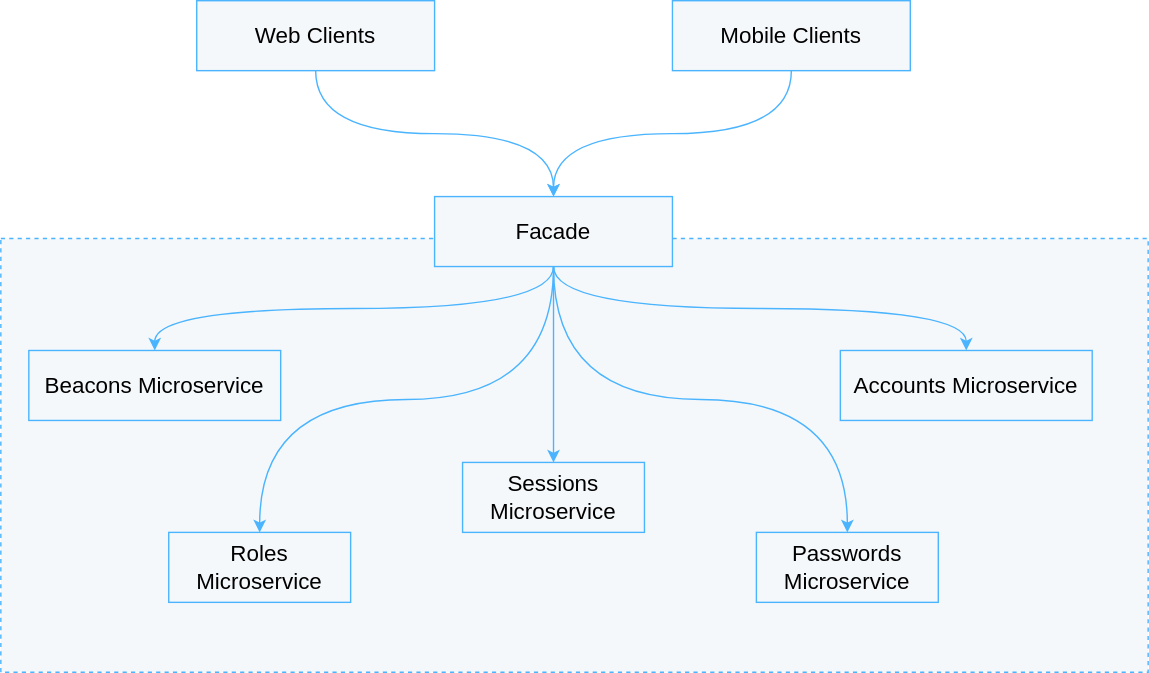
Earlier version of the draw.io export static/images/tutorials/microservice_facade/facade_architecture_diagram2.svg (pip-services/pip-services-docs). Source tidied: cells renumbered, new cells last; positions are measured from the earlier drawing's top-left corner, leaving out a move shared by most shapes.
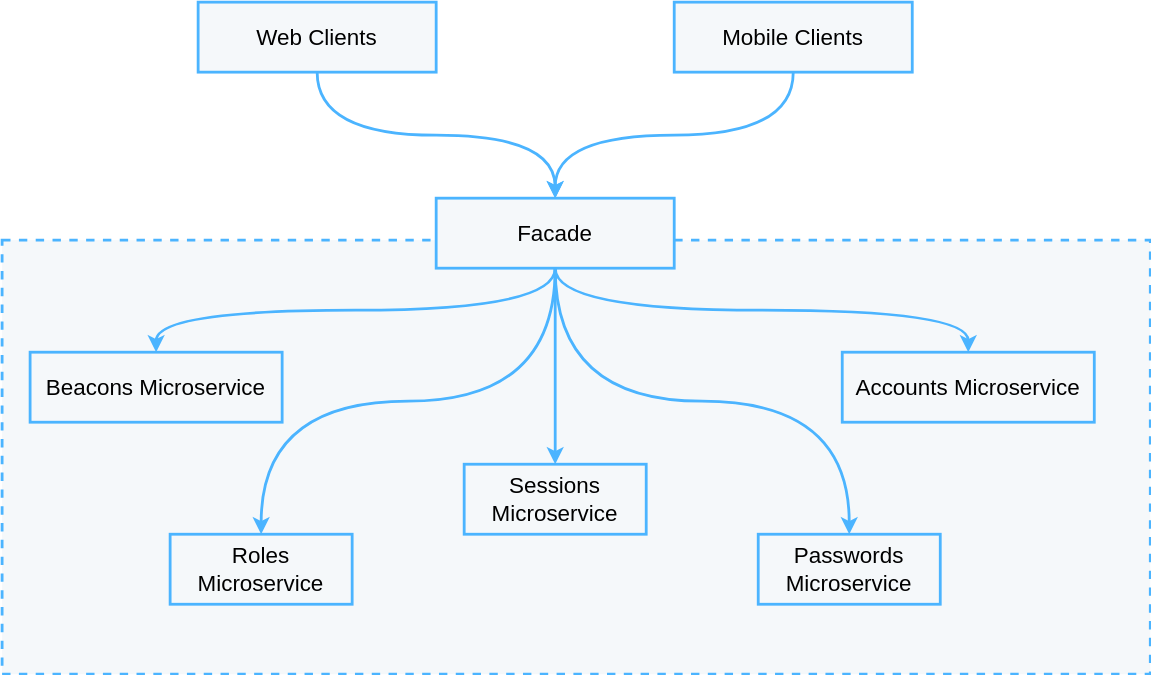
The same diagram one commit later.

Diff of the diagram source:
```diff
@@ -2,52 +2,52 @@
   <root>
     <mxCell id="0" />
     <mxCell id="1" parent="0" />
-    <mxCell id="2" value="Web Clients" style="rounded=0;whiteSpace=wrap;html=1;fontFamily=Helvetica;fontSize=16;strokeColor=#4BB4FF;fillColor=#F5F8FA;" parent="1" vertex="1">
+    <mxCell id="2" value="Web Clients" style="rounded=0;whiteSpace=wrap;html=1;fontFamily=Helvetica;fontSize=16;strokeColor=#4BB4FF;fillColor=#F5F8FA;strokeWidth=2;" parent="1" vertex="1">
       <mxGeometry x="140" width="170" height="50" as="geometry" />
     </mxCell>
-    <mxCell id="3" value="Mobile Clients" style="rounded=0;whiteSpace=wrap;html=1;fontFamily=Helvetica;fontSize=16;strokeColor=#4BB4FF;fillColor=#F5F8FA;" parent="1" vertex="1">
+    <mxCell id="3" value="Mobile Clients" style="rounded=0;whiteSpace=wrap;html=1;fontFamily=Helvetica;fontSize=16;strokeColor=#4BB4FF;fillColor=#F5F8FA;strokeWidth=2;" parent="1" vertex="1">
       <mxGeometry x="480" width="170" height="50" as="geometry" />
     </mxCell>
-    <mxCell id="4" style="rounded=0;whiteSpace=wrap;html=1;fontFamily=Helvetica;fontSize=16;strokeColor=#4BB4FF;fillColor=#F5F8FA;dashed=1;" parent="1" vertex="1">
+    <mxCell id="4" style="rounded=0;whiteSpace=wrap;html=1;fontFamily=Helvetica;fontSize=16;strokeColor=#4BB4FF;fillColor=#F5F8FA;dashed=1;strokeWidth=2;" parent="1" vertex="1">
       <mxGeometry y="170" width="820" height="310" as="geometry" />
     </mxCell>
-    <mxCell id="5" value="Facade" style="rounded=0;whiteSpace=wrap;html=1;fontFamily=Helvetica;fontSize=16;strokeColor=#4BB4FF;fillColor=#F5F8FA;" parent="1" vertex="1">
+    <mxCell id="5" value="Facade" style="rounded=0;whiteSpace=wrap;html=1;fontFamily=Helvetica;fontSize=16;strokeColor=#4BB4FF;fillColor=#F5F8FA;strokeWidth=2;" parent="1" vertex="1">
       <mxGeometry x="310" y="140" width="170" height="50" as="geometry" />
     </mxCell>
-    <mxCell id="6" value="Beacons Microservice" style="rounded=0;whiteSpace=wrap;html=1;fontFamily=Helvetica;fontSize=16;strokeColor=#4BB4FF;fillColor=#F5F8FA;" parent="1" vertex="1">
+    <mxCell id="6" value="Beacons Microservice" style="rounded=0;whiteSpace=wrap;html=1;fontFamily=Helvetica;fontSize=16;strokeColor=#4BB4FF;fillColor=#F5F8FA;strokeWidth=2;" parent="1" vertex="1">
       <mxGeometry x="20" y="250" width="180" height="50" as="geometry" />
     </mxCell>
-    <mxCell id="7" value="Roles Microservice" style="rounded=0;whiteSpace=wrap;html=1;fontFamily=Helvetica;fontSize=16;strokeColor=#4BB4FF;fillColor=#F5F8FA;" parent="1" vertex="1">
+    <mxCell id="7" value="Roles Microservice" style="rounded=0;whiteSpace=wrap;html=1;fontFamily=Helvetica;fontSize=16;strokeColor=#4BB4FF;fillColor=#F5F8FA;strokeWidth=2;" parent="1" vertex="1">
       <mxGeometry x="120" y="380" width="130" height="50" as="geometry" />
     </mxCell>
-    <mxCell id="8" value="Sessions Microservice" style="rounded=0;whiteSpace=wrap;html=1;fontFamily=Helvetica;fontSize=16;strokeColor=#4BB4FF;fillColor=#F5F8FA;" parent="1" vertex="1">
+    <mxCell id="8" value="Sessions Microservice" style="rounded=0;whiteSpace=wrap;html=1;fontFamily=Helvetica;fontSize=16;strokeColor=#4BB4FF;fillColor=#F5F8FA;strokeWidth=2;" parent="1" vertex="1">
       <mxGeometry x="330" y="330" width="130" height="50" as="geometry" />
     </mxCell>
-    <mxCell id="9" value="Passwords Microservice" style="rounded=0;whiteSpace=wrap;html=1;fontFamily=Helvetica;fontSize=16;strokeColor=#4BB4FF;fillColor=#F5F8FA;" parent="1" vertex="1">
+    <mxCell id="9" value="Passwords Microservice" style="rounded=0;whiteSpace=wrap;html=1;fontFamily=Helvetica;fontSize=16;strokeColor=#4BB4FF;fillColor=#F5F8FA;strokeWidth=2;" parent="1" vertex="1">
       <mxGeometry x="540" y="380" width="130" height="50" as="geometry" />
     </mxCell>
-    <mxCell id="10" style="endArrow=classic;html=1;rounded=0;fontFamily=Helvetica;fontSize=16;strokeColor=#4BB4FF;entryX=0.5;entryY=0;entryDx=0;entryDy=0;exitX=0.5;exitY=1;exitDx=0;exitDy=0;edgeStyle=orthogonalEdgeStyle;curved=1;" parent="1" edge="1" source="3" target="5">
+    <mxCell id="10" style="endArrow=classic;html=1;rounded=0;fontFamily=Helvetica;fontSize=16;strokeColor=#4BB4FF;entryX=0.5;entryY=0;entryDx=0;entryDy=0;exitX=0.5;exitY=1;exitDx=0;exitDy=0;edgeStyle=orthogonalEdgeStyle;curved=1;strokeWidth=2;" parent="1" edge="1" source="3" target="5">
       <mxGeometry relative="1" as="geometry" />
     </mxCell>
-    <mxCell id="11" style="endArrow=classic;html=1;rounded=0;fontFamily=Helvetica;fontSize=16;strokeColor=#4BB4FF;entryX=0.5;entryY=0;entryDx=0;entryDy=0;exitX=0.5;exitY=1;exitDx=0;exitDy=0;edgeStyle=orthogonalEdgeStyle;curved=1;" parent="1" edge="1" source="2" target="5">
+    <mxCell id="11" style="endArrow=classic;html=1;rounded=0;fontFamily=Helvetica;fontSize=16;strokeColor=#4BB4FF;entryX=0.5;entryY=0;entryDx=0;entryDy=0;exitX=0.5;exitY=1;exitDx=0;exitDy=0;edgeStyle=orthogonalEdgeStyle;curved=1;strokeWidth=2;" parent="1" edge="1" source="2" target="5">
       <mxGeometry relative="1" as="geometry" />
     </mxCell>
-    <mxCell id="12" style="endArrow=classic;html=1;rounded=0;fontFamily=Helvetica;fontSize=16;strokeColor=#4BB4FF;entryX=0.5;entryY=0;entryDx=0;entryDy=0;exitX=0.5;exitY=1;exitDx=0;exitDy=0;edgeStyle=orthogonalEdgeStyle;curved=1;" parent="1" edge="1" source="5" target="6">
+    <mxCell id="12" style="endArrow=classic;html=1;rounded=0;fontFamily=Helvetica;fontSize=16;strokeColor=#4BB4FF;entryX=0.5;entryY=0;entryDx=0;entryDy=0;exitX=0.5;exitY=1;exitDx=0;exitDy=0;edgeStyle=orthogonalEdgeStyle;curved=1;strokeWidth=2;" parent="1" edge="1" source="5" target="6">
       <mxGeometry relative="1" as="geometry" />
     </mxCell>
-    <mxCell id="13" style="endArrow=classic;html=1;rounded=0;fontFamily=Helvetica;fontSize=16;strokeColor=#4BB4FF;entryX=0.5;entryY=0;entryDx=0;entryDy=0;exitX=0.5;exitY=1;exitDx=0;exitDy=0;edgeStyle=orthogonalEdgeStyle;curved=1;" parent="1" edge="1" source="5" target="7">
+    <mxCell id="13" style="endArrow=classic;html=1;rounded=0;fontFamily=Helvetica;fontSize=16;strokeColor=#4BB4FF;entryX=0.5;entryY=0;entryDx=0;entryDy=0;exitX=0.5;exitY=1;exitDx=0;exitDy=0;edgeStyle=orthogonalEdgeStyle;curved=1;strokeWidth=2;" parent="1" edge="1" source="5" target="7">
       <mxGeometry relative="1" as="geometry" />
     </mxCell>
-    <mxCell id="14" style="endArrow=classic;html=1;rounded=0;fontFamily=Helvetica;fontSize=16;strokeColor=#4BB4FF;entryX=0.5;entryY=0;entryDx=0;entryDy=0;exitX=0.5;exitY=1;exitDx=0;exitDy=0;edgeStyle=orthogonalEdgeStyle;curved=1;" parent="1" edge="1" source="5" target="8">
+    <mxCell id="14" style="endArrow=classic;html=1;rounded=0;fontFamily=Helvetica;fontSize=16;strokeColor=#4BB4FF;entryX=0.5;entryY=0;entryDx=0;entryDy=0;exitX=0.5;exitY=1;exitDx=0;exitDy=0;edgeStyle=orthogonalEdgeStyle;curved=1;strokeWidth=2;" parent="1" edge="1" source="5" target="8">
       <mxGeometry relative="1" as="geometry" />
     </mxCell>
-    <mxCell id="15" style="endArrow=classic;html=1;rounded=0;fontFamily=Helvetica;fontSize=16;strokeColor=#4BB4FF;entryX=0.5;entryY=0;entryDx=0;entryDy=0;exitX=0.5;exitY=1;exitDx=0;exitDy=0;edgeStyle=orthogonalEdgeStyle;curved=1;" parent="1" edge="1" source="5" target="9">
+    <mxCell id="15" style="endArrow=classic;html=1;rounded=0;fontFamily=Helvetica;fontSize=16;strokeColor=#4BB4FF;entryX=0.5;entryY=0;entryDx=0;entryDy=0;exitX=0.5;exitY=1;exitDx=0;exitDy=0;edgeStyle=orthogonalEdgeStyle;curved=1;strokeWidth=2;" parent="1" edge="1" source="5" target="9">
       <mxGeometry relative="1" as="geometry" />
     </mxCell>
-    <mxCell id="16" value="Accounts Microservice" style="rounded=0;whiteSpace=wrap;html=1;fontFamily=Helvetica;fontSize=16;strokeColor=#4BB4FF;fillColor=#F5F8FA;" parent="1" vertex="1">
+    <mxCell id="16" value="Accounts Microservice" style="rounded=0;whiteSpace=wrap;html=1;fontFamily=Helvetica;fontSize=16;strokeColor=#4BB4FF;fillColor=#F5F8FA;strokeWidth=2;" parent="1" vertex="1">
       <mxGeometry x="600" y="250" width="180" height="50" as="geometry" />
     </mxCell>
-    <mxCell id="17" style="endArrow=classic;html=1;rounded=0;fontFamily=Helvetica;fontSize=16;strokeColor=#4BB4FF;curved=1;entryX=0.5;entryY=0;entryDx=0;entryDy=0;exitX=0.5;exitY=1;exitDx=0;exitDy=0;edgeStyle=orthogonalEdgeStyle;" parent="1" edge="1" source="5" target="16">
+    <mxCell id="17" style="endArrow=classic;html=1;rounded=0;fontFamily=Helvetica;fontSize=16;strokeColor=#4BB4FF;curved=1;entryX=0.5;entryY=0;entryDx=0;entryDy=0;exitX=0.5;exitY=1;exitDx=0;exitDy=0;edgeStyle=orthogonalEdgeStyle;strokeWidth=2;" parent="1" edge="1" source="5" target="16">
       <mxGeometry relative="1" as="geometry" />
     </mxCell>
   </root>
```
